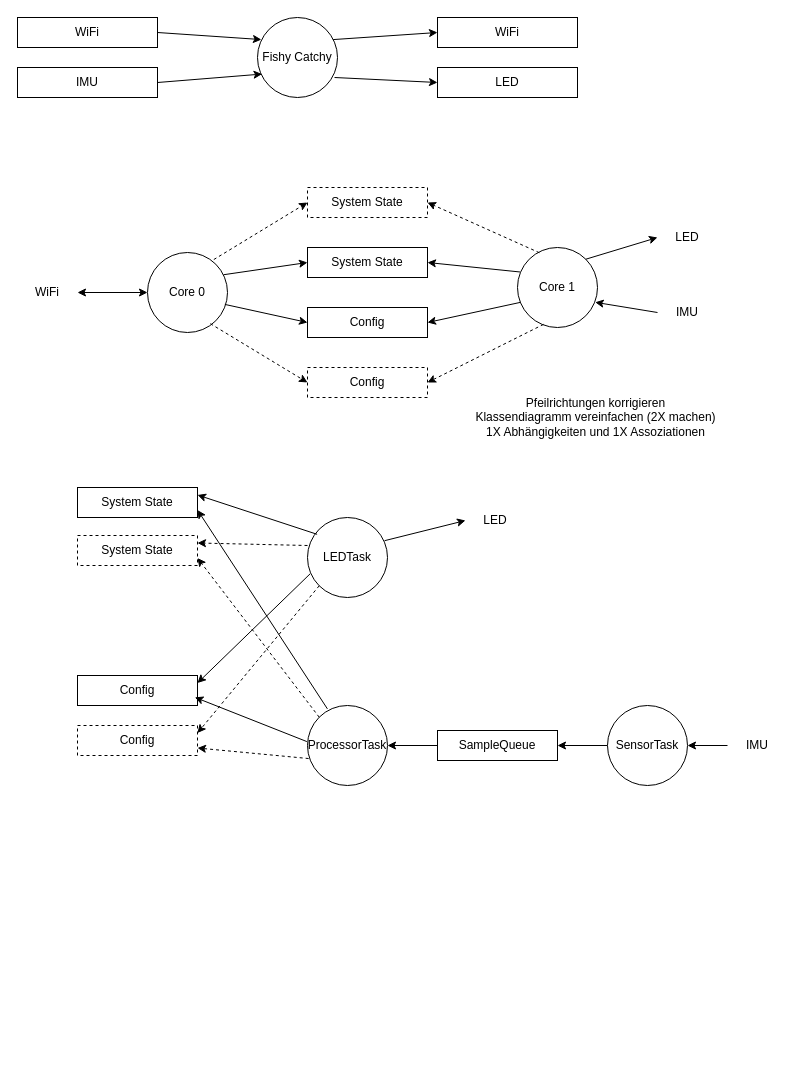
Earlier version of the draw.io diagram documentation/DFD.drawio (Habanes/BFH_FishyCatchy). Source tidied: cells renumbered, new cells numbered last; positions are measured from the earlier drawing's top-left corner, leaving out a move shared by most shapes. Both pictures are drawn from the tidied source at 100%, with x=0, y=0 at pixel (17, 17).
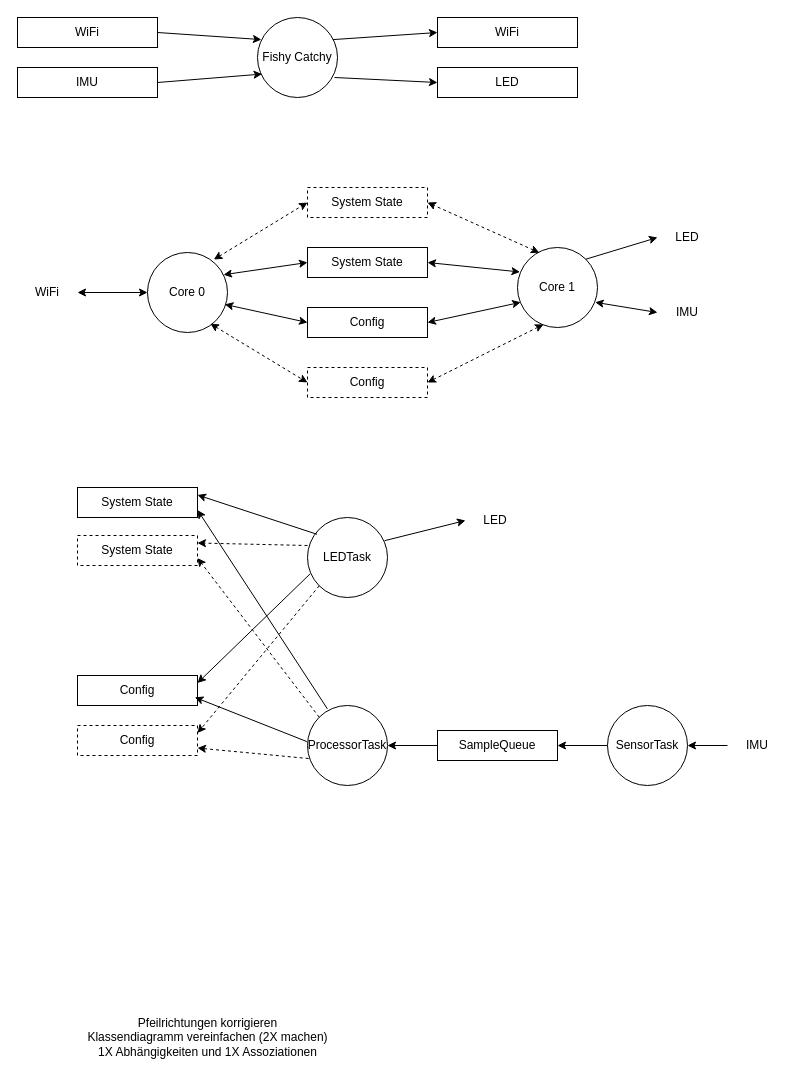
The same diagram, later.

Commit message (it also covers changes not shown here):
added a bit of UML

Unchanged cells that the change refers to:
```xml
<mxCell id="11" value="Core 0" style="ellipse;whiteSpace=wrap;html=1;" parent="1" vertex="1">
  <mxGeometry x="130" y="235" width="80" height="80" as="geometry" />
</mxCell>
<mxCell id="12" value="Core 1" style="ellipse;whiteSpace=wrap;html=1;" parent="1" vertex="1">
  <mxGeometry x="500" y="230" width="80" height="80" as="geometry" />
</mxCell>
<mxCell id="13" value="System State" style="rounded=0;whiteSpace=wrap;html=1;dashed=1;" parent="1" vertex="1">
  <mxGeometry x="290" y="170" width="120" height="30" as="geometry" />
</mxCell>
<mxCell id="14" value="Config" style="rounded=0;whiteSpace=wrap;html=1;dashed=1;" parent="1" vertex="1">
  <mxGeometry x="290" y="350" width="120" height="30" as="geometry" />
</mxCell>
<mxCell id="17" value="System State" style="rounded=0;whiteSpace=wrap;html=1;" parent="1" vertex="1">
  <mxGeometry x="290" y="230" width="120" height="30" as="geometry" />
</mxCell>
<mxCell id="18" value="Config" style="rounded=0;whiteSpace=wrap;html=1;" parent="1" vertex="1">
  <mxGeometry x="290" y="290" width="120" height="30" as="geometry" />
</mxCell>
<mxCell id="29" value="IMU" style="text;html=1;whiteSpace=wrap;strokeColor=none;fillColor=none;align=center;verticalAlign=middle;rounded=0;" parent="1" vertex="1">
  <mxGeometry x="640" y="280" width="60" height="30" as="geometry" />
</mxCell>
```

What changed in the source:
```diff
@@
-    <mxCell id="19" style="endArrow=classic;html=1;rounded=0;exitX=0.95;exitY=0.278;exitDx=0;exitDy=0;entryX=0;entryY=0.5;entryDx=0;entryDy=0;exitPerimeter=0;" parent="1" edge="1" source="11" target="17">
+    <mxCell id="19" style="endArrow=classic;html=1;rounded=0;exitX=0.95;exitY=0.278;exitDx=0;exitDy=0;entryX=0;entryY=0.5;entryDx=0;entryDy=0;exitPerimeter=0;startArrow=classic;startFill=1;" parent="1" edge="1" source="11" target="17">
       <mxGeometry relative="1" as="geometry" />
     </mxCell>
-    <mxCell id="20" style="endArrow=classic;html=1;rounded=0;exitX=0.967;exitY=0.649;exitDx=0;exitDy=0;entryX=0;entryY=0.5;entryDx=0;entryDy=0;exitPerimeter=0;" parent="1" edge="1" source="11" target="18">
+    <mxCell id="20" style="endArrow=classic;html=1;rounded=0;exitX=0.967;exitY=0.649;exitDx=0;exitDy=0;entryX=0;entryY=0.5;entryDx=0;entryDy=0;exitPerimeter=0;startArrow=classic;startFill=1;" parent="1" edge="1" source="11" target="18">
       <mxGeometry relative="1" as="geometry" />
     </mxCell>
-    <mxCell id="21" style="endArrow=classic;html=1;rounded=0;exitX=0.829;exitY=0.088;exitDx=0;exitDy=0;entryX=0;entryY=0.5;entryDx=0;entryDy=0;exitPerimeter=0;dashed=1;" parent="1" edge="1" source="11" target="13">
+    <mxCell id="21" style="endArrow=classic;html=1;rounded=0;exitX=0.829;exitY=0.088;exitDx=0;exitDy=0;entryX=0;entryY=0.5;entryDx=0;entryDy=0;exitPerimeter=0;dashed=1;startArrow=classic;startFill=1;" parent="1" edge="1" source="11" target="13">
       <mxGeometry relative="1" as="geometry" />
     </mxCell>
-    <mxCell id="22" style="endArrow=classic;html=1;rounded=0;exitX=0.786;exitY=0.89;exitDx=0;exitDy=0;entryX=0;entryY=0.5;entryDx=0;entryDy=0;exitPerimeter=0;dashed=1;" parent="1" edge="1" source="11" target="14">
+    <mxCell id="22" style="endArrow=classic;html=1;rounded=0;exitX=0.786;exitY=0.89;exitDx=0;exitDy=0;entryX=0;entryY=0.5;entryDx=0;entryDy=0;exitPerimeter=0;dashed=1;startArrow=classic;startFill=1;" parent="1" edge="1" source="11" target="14">
       <mxGeometry relative="1" as="geometry" />
     </mxCell>
-    <mxCell id="23" style="endArrow=classic;html=1;rounded=0;entryX=1;entryY=0.5;entryDx=0;entryDy=0;exitX=0.031;exitY=0.306;exitDx=0;exitDy=0;exitPerimeter=0;" parent="1" edge="1" source="12" target="17">
+    <mxCell id="23" style="endArrow=classic;html=1;rounded=0;entryX=1;entryY=0.5;entryDx=0;entryDy=0;exitX=0.031;exitY=0.306;exitDx=0;exitDy=0;exitPerimeter=0;startArrow=classic;startFill=1;" parent="1" edge="1" source="12" target="17">
       <mxGeometry relative="1" as="geometry" />
     </mxCell>
-    <mxCell id="24" style="endArrow=classic;html=1;rounded=0;entryX=1;entryY=0.5;entryDx=0;entryDy=0;exitX=0.04;exitY=0.685;exitDx=0;exitDy=0;exitPerimeter=0;" parent="1" edge="1" source="12" target="18">
+    <mxCell id="24" style="endArrow=classic;html=1;rounded=0;entryX=1;entryY=0.5;entryDx=0;entryDy=0;exitX=0.04;exitY=0.685;exitDx=0;exitDy=0;exitPerimeter=0;startArrow=classic;startFill=1;" parent="1" edge="1" source="12" target="18">
       <mxGeometry relative="1" as="geometry" />
     </mxCell>
-    <mxCell id="25" style="endArrow=classic;html=1;rounded=0;entryX=1;entryY=0.5;entryDx=0;entryDy=0;exitX=0.325;exitY=0.961;exitDx=0;exitDy=0;exitPerimeter=0;dashed=1;" parent="1" edge="1" source="12" target="14">
+    <mxCell id="25" style="endArrow=classic;html=1;rounded=0;entryX=1;entryY=0.5;entryDx=0;entryDy=0;exitX=0.325;exitY=0.961;exitDx=0;exitDy=0;exitPerimeter=0;dashed=1;startArrow=classic;startFill=1;" parent="1" edge="1" source="12" target="14">
       <mxGeometry relative="1" as="geometry" />
     </mxCell>
-    <mxCell id="26" style="endArrow=classic;html=1;rounded=0;entryX=1;entryY=0.5;entryDx=0;entryDy=0;exitX=0.273;exitY=0.065;exitDx=0;exitDy=0;exitPerimeter=0;dashed=1;" parent="1" edge="1" source="12" target="13">
+    <mxCell id="26" style="endArrow=classic;html=1;rounded=0;entryX=1;entryY=0.5;entryDx=0;entryDy=0;exitX=0.273;exitY=0.065;exitDx=0;exitDy=0;exitPerimeter=0;dashed=1;startArrow=classic;startFill=1;" parent="1" edge="1" source="12" target="13">
       <mxGeometry relative="1" as="geometry" />
     </mxCell>
@@
-    <mxCell id="30" style="endArrow=classic;html=1;rounded=0;entryX=0.971;entryY=0.685;entryDx=0;entryDy=0;entryPerimeter=0;exitX=0;exitY=0.5;exitDx=0;exitDy=0;" parent="1" edge="1" source="29" target="12">
+    <mxCell id="30" style="endArrow=classic;html=1;rounded=0;entryX=0.971;entryY=0.685;entryDx=0;entryDy=0;entryPerimeter=0;exitX=0;exitY=0.5;exitDx=0;exitDy=0;startArrow=classic;startFill=1;" parent="1" edge="1" source="29" target="12">
       <mxGeometry relative="1" as="geometry" />
     </mxCell>
@@
     <mxCell id="53" value="Pfeilrichtungen korrigieren&lt;div&gt;Klassendiagramm vereinfachen (2X machen)&lt;/div&gt;&lt;div&gt;1X Abhängigkeiten und 1X Assoziationen&lt;/div&gt;" style="text;html=1;align=center;verticalAlign=middle;strokeColor=none;fillColor=none;" parent="1" vertex="1">
-      <mxGeometry x="448" y="370" width="260" height="60" as="geometry" />
+      <mxGeometry x="60" y="990" width="260" height="60" as="geometry" />
     </mxCell>
```
